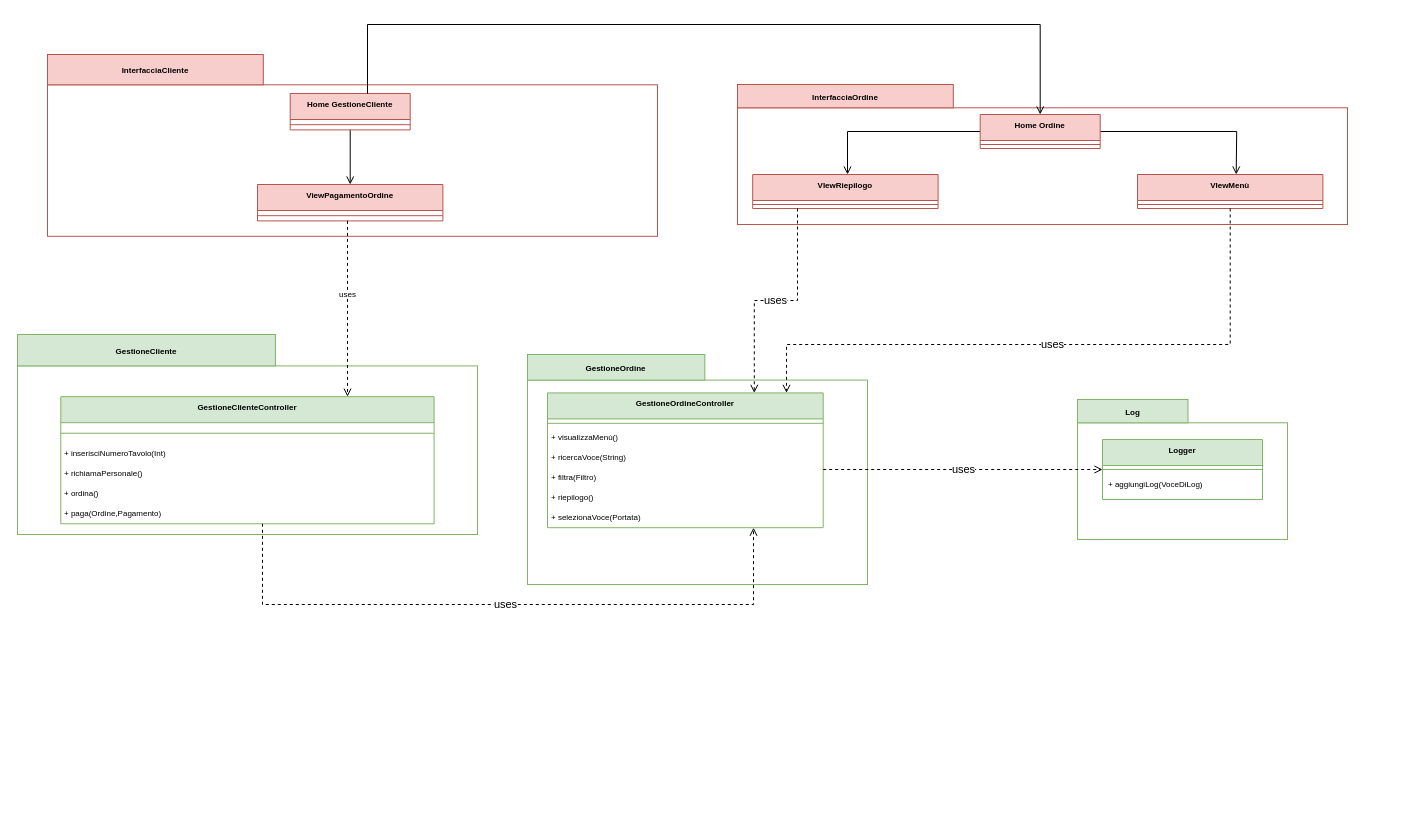
Marco-Burattoni/Progetto-ids keeps this draw.io diagram as page "Cliente" (6 of 6) of diagrammaPackage.drawio. Above is the earlier version. Source tidied: cells renumbered, new cells numbered last; positions are measured from the earlier drawing's top-left corner, leaving out a move shared by most shapes. Both pictures are drawn from the tidied source at 100%, with x=0, y=0 at pixel (17, 24).
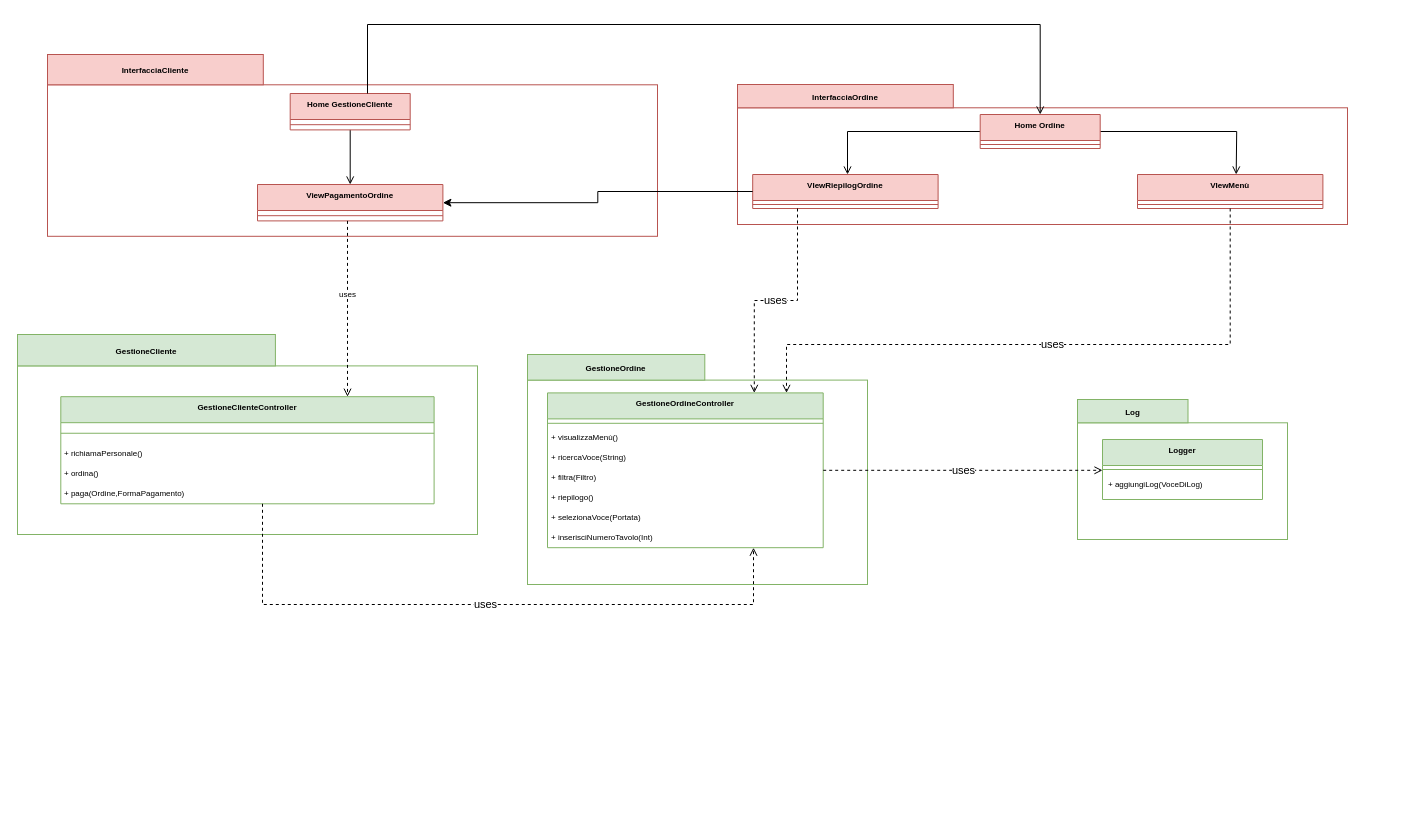
Above is the later version.

The change refers to these unchanged cells:
```xml
<mxCell id="8" value="ViewPagamentoOrdine" style="swimlane;fontStyle=1;align=center;verticalAlign=top;horizontal=1;startSize=26;shadow=0;sketch=0;fillStyle=auto;strokeColor=#B85450;fontSize=8;fillColor=#F8CECC;gradientColor=none;" parent="2" vertex="1">
  <mxGeometry x="210" y="130" width="185.4" height="36.4" as="geometry" />
</mxCell>
<mxCell id="16" style="group;strokeColor=none;" parent="1" vertex="1">
  <mxGeometry y="280" width="490" height="510" as="geometry" />
</mxCell>
<mxCell id="26" style="group;strokeColor=none;" parent="1" vertex="1">
  <mxGeometry x="510" y="330" width="390" height="330" as="geometry" />
</mxCell>
<mxCell id="36" style="group;" parent="1" vertex="1">
  <mxGeometry x="720" y="60" width="660" height="154" as="geometry" />
</mxCell>
```

What changed in the source:
```diff
@@
     <mxCell id="19" value="GestioneClienteController" style="swimlane;fontStyle=1;align=center;verticalAlign=top;horizontal=1;startSize=26;shadow=0;sketch=0;fillStyle=auto;strokeColor=#82B366;fontSize=8;fillColor=#D5E8D4;gradientColor=none;" parent="16" vertex="1">
-      <mxGeometry x="43.3" y="92.2" width="373.3" height="127.1" as="geometry" />
+      <mxGeometry x="43.3" y="92.2" width="373.3" height="107.1" as="geometry" />
     </mxCell>
@@
-    <mxCell id="21" value="+ inserisciNumeroTavolo(Int)" style="text;strokeColor=none;fillColor=none;align=left;verticalAlign=middle;spacingLeft=4;spacingRight=4;overflow=hidden;shadow=0;sketch=0;fillStyle=auto;fontSize=8;whiteSpace=wrap;spacing=0;" parent="19" vertex="1">
-      <mxGeometry y="47.1" width="373.3" height="20" as="geometry" />
-    </mxCell>
     <mxCell id="22" value="+ richiamaPersonale()" style="text;strokeColor=none;fillColor=none;align=left;verticalAlign=middle;spacingLeft=4;spacingRight=4;overflow=hidden;shadow=0;sketch=0;fillStyle=auto;fontSize=8;whiteSpace=wrap;spacing=0;" parent="19" vertex="1">
-      <mxGeometry y="67.1" width="373.3" height="20" as="geometry" />
+      <mxGeometry y="47.1" width="373.3" height="20" as="geometry" />
     </mxCell>
     <mxCell id="23" value="+ ordina()" style="text;strokeColor=none;fillColor=none;align=left;verticalAlign=middle;spacingLeft=4;spacingRight=4;overflow=hidden;shadow=0;sketch=0;fillStyle=auto;fontSize=8;whiteSpace=wrap;spacing=0;" parent="19" vertex="1">
-      <mxGeometry y="87.1" width="373.3" height="20" as="geometry" />
+      <mxGeometry y="67.1" width="373.3" height="20" as="geometry" />
     </mxCell>
-    <mxCell id="24" value="+ paga(Ordine,Pagamento)" style="text;strokeColor=none;fillColor=none;align=left;verticalAlign=middle;spacingLeft=4;spacingRight=4;overflow=hidden;shadow=0;sketch=0;fillStyle=auto;fontSize=8;whiteSpace=wrap;spacing=0;" parent="19" vertex="1">
-      <mxGeometry y="107.1" width="373.3" height="20" as="geometry" />
+    <mxCell id="24" value="+ paga(Ordine,FormaPagamento)" style="text;strokeColor=none;fillColor=none;align=left;verticalAlign=middle;spacingLeft=4;spacingRight=4;overflow=hidden;shadow=0;sketch=0;fillStyle=auto;fontSize=8;whiteSpace=wrap;spacing=0;" parent="19" vertex="1">
+      <mxGeometry y="87.1" width="373.3" height="20" as="geometry" />
     </mxCell>
@@
     <mxCell id="29" value="GestioneOrdineController" style="swimlane;fontStyle=1;align=center;verticalAlign=top;horizontal=1;startSize=26;shadow=0;sketch=0;fillStyle=auto;strokeColor=#82B366;fontSize=8;fillColor=#D5E8D4;gradientColor=none;" parent="26" vertex="1">
-      <mxGeometry x="20" y="38.4" width="275.7" height="134.8" as="geometry" />
+      <mxGeometry x="20" y="38.4" width="275.7" height="154.8" as="geometry" />
     </mxCell>
@@
+    <mxCell id="21" value="+ inserisciNumeroTavolo(Int)" style="text;strokeColor=none;fillColor=none;align=left;verticalAlign=middle;spacingLeft=4;spacingRight=4;overflow=hidden;shadow=0;sketch=0;fillStyle=auto;fontSize=8;whiteSpace=wrap;spacing=0;" parent="29" vertex="1">
+      <mxGeometry y="134.8" width="275.7" height="20" as="geometry" />
+    </mxCell>
@@
-    <mxCell id="43" value="VIewRiepilogo" style="swimlane;fontStyle=1;align=center;verticalAlign=top;horizontal=1;startSize=26;shadow=0;sketch=0;fillStyle=auto;strokeColor=#B85450;fontSize=8;fillColor=#F8CECC;gradientColor=none;" parent="36" vertex="1">
+    <mxCell id="43" value="VIewRiepilogOrdine" style="swimlane;fontStyle=1;align=center;verticalAlign=top;horizontal=1;startSize=26;shadow=0;sketch=0;fillStyle=auto;strokeColor=#B85450;fontSize=8;fillColor=#F8CECC;gradientColor=none;" parent="36" vertex="1">
       <mxGeometry x="15.2" y="90" width="185.4" height="34" as="geometry" />
     </mxCell>
@@
+    <mxCell id="52" style="edgeStyle=orthogonalEdgeStyle;rounded=0;jettySize=auto;html=1;" parent="1" edge="1" source="43" target="8">
+      <mxGeometry relative="1" as="geometry" />
+    </mxCell>
```
